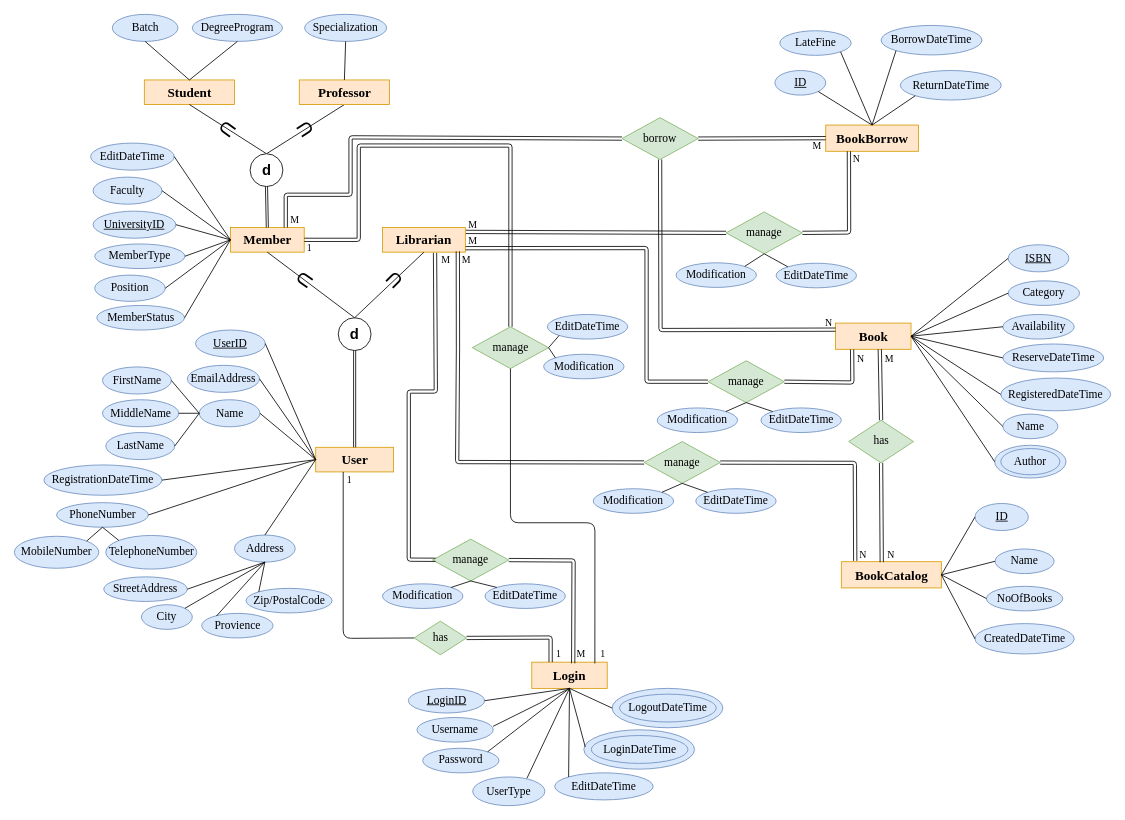
This is Documentation/Database/1.EERD/lsulibraryDB_EERD.drawio from hvlhasanka/Pearson_HND_Computing_Y1S2-Unit10_Web_Design_and_Development, a draw.io file, before an edit. Source tidied: cells renumbered, new cells numbered last; positions are measured from the earlier drawing's top-left corner, leaving out a move shared by most shapes. Both pictures are drawn from the tidied source at 82%, with x=0, y=0 at pixel (14, 14).
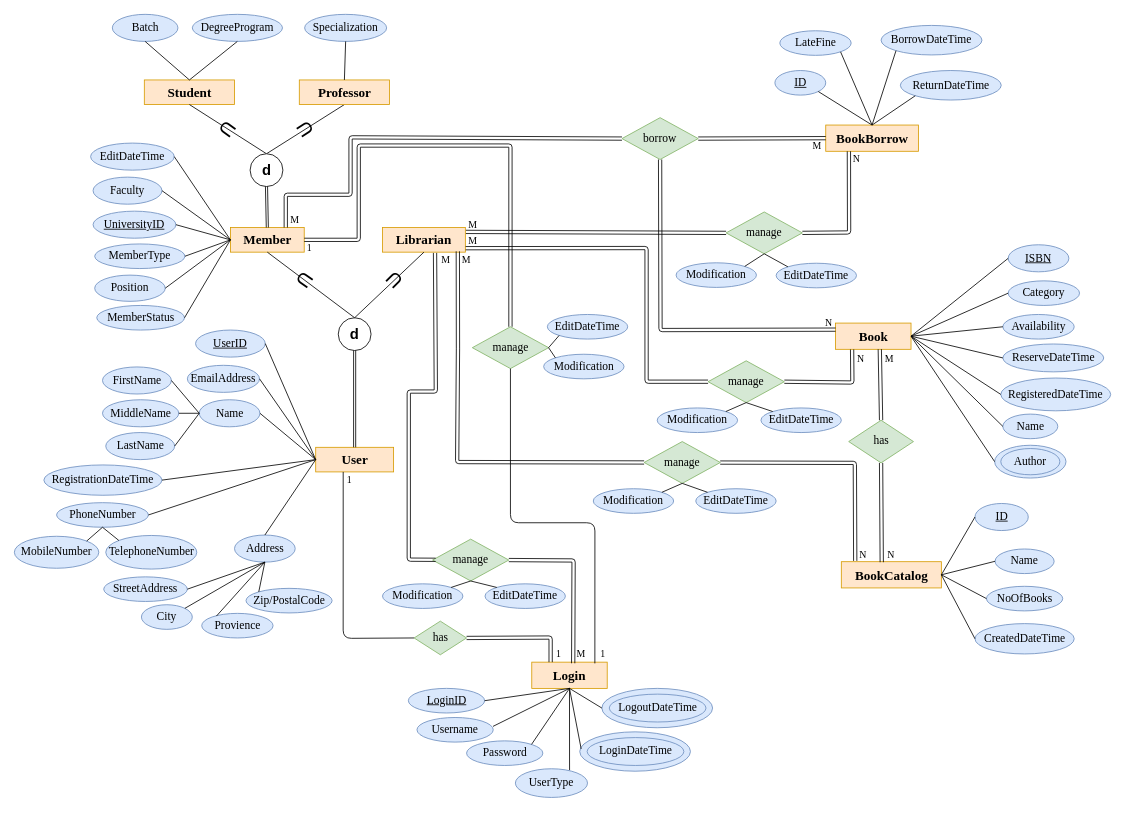
The same page after the edit.

Unchanged cells that the change refers to:
```xml
<mxCell id="69" value="Login" style="rounded=0;whiteSpace=wrap;html=1;fontFamily=Times New Roman;fontSize=16;fillColor=#ffe6cc;strokeColor=#d79b00;fontStyle=1;" parent="1" vertex="1">
  <mxGeometry x="631" y="790" width="92" height="32" as="geometry" />
</mxCell>
```

The edit, as a diff of the source:
```diff
@@
     <mxCell id="94" value="Password" style="ellipse;whiteSpace=wrap;html=1;fontFamily=Times New Roman;fontSize=14;fillColor=#dae8fc;strokeColor=#6c8ebf;" parent="1" vertex="1">
-      <mxGeometry x="498" y="895" width="93" height="30" as="geometry" />
+      <mxGeometry x="551.5" y="886" width="93" height="30" as="geometry" />
     </mxCell>
     <mxCell id="95" value="UserType" style="ellipse;whiteSpace=wrap;html=1;fontFamily=Times New Roman;fontSize=14;fillColor=#dae8fc;strokeColor=#6c8ebf;" parent="1" vertex="1">
-      <mxGeometry x="559" y="930" width="88" height="35" as="geometry" />
+      <mxGeometry x="611" y="920" width="88" height="35" as="geometry" />
     </mxCell>
-    <mxCell id="96" value="EditDateTime" style="ellipse;whiteSpace=wrap;html=1;fontFamily=Times New Roman;fontSize=14;fillColor=#dae8fc;strokeColor=#6c8ebf;" parent="1" vertex="1">
-      <mxGeometry x="659" y="925" width="120" height="33" as="geometry" />
-    </mxCell>
@@
-    <mxCell id="100" style="endArrow=none;html=1;exitX=0.5;exitY=1;exitDx=0;exitDy=0;entryX=0;entryY=0;entryDx=0;entryDy=0;" parent="1" edge="1" source="69" target="96">
-      <mxGeometry relative="1" as="geometry" />
-    </mxCell>
@@
     <mxCell id="156" style="ellipse;whiteSpace=wrap;html=1;fontFamily=Times New Roman;fontSize=14;fillColor=#dae8fc;strokeColor=#6c8ebf;" parent="1" vertex="1">
-      <mxGeometry x="694.5" y="872.5" width="135" height="48" as="geometry" />
+      <mxGeometry x="689.5" y="875" width="135" height="48" as="geometry" />
     </mxCell>
     <mxCell id="157" value="LoginDateTime" style="ellipse;whiteSpace=wrap;html=1;fontFamily=Times New Roman;fontSize=14;fillColor=#dae8fc;strokeColor=#6c8ebf;" parent="1" vertex="1">
-      <mxGeometry x="703.5" y="879.5" width="118" height="34" as="geometry" />
+      <mxGeometry x="698.5" y="882" width="118" height="34" as="geometry" />
     </mxCell>
     <mxCell id="158" style="ellipse;whiteSpace=wrap;html=1;fontFamily=Times New Roman;fontSize=14;fillColor=#dae8fc;strokeColor=#6c8ebf;" parent="1" vertex="1">
-      <mxGeometry x="729" y="822" width="135" height="48" as="geometry" />
+      <mxGeometry x="716.5" y="822" width="135" height="48" as="geometry" />
     </mxCell>
     <mxCell id="159" value="LogoutDateTime" style="ellipse;whiteSpace=wrap;html=1;fontFamily=Times New Roman;fontSize=14;fillColor=#dae8fc;strokeColor=#6c8ebf;" parent="1" vertex="1">
-      <mxGeometry x="738" y="829" width="118" height="34" as="geometry" />
+      <mxGeometry x="725.5" y="829" width="118" height="34" as="geometry" />
     </mxCell>
```
